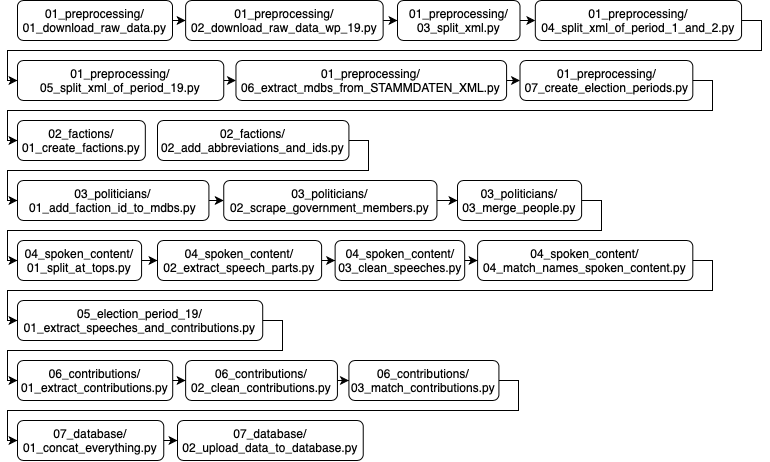
Earlier version of the draw.io export python/src/ExecutionGraph.png (open-discourse/open-discourse). Source tidied: cells renumbered, new cells last; positions are measured from the earlier drawing's top-left corner, leaving out a move shared by most shapes.
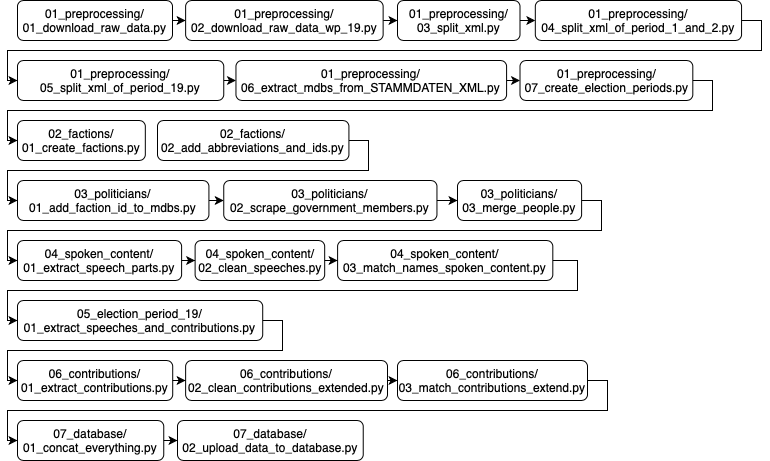
Above is the later version.

The edit, as a diff of the source:
```diff
@@ -86,7 +86,7 @@
     <mxCell id="22" value="03_politicians/&lt;br&gt;02_scrape_government_members.py" style="rounded=1;whiteSpace=wrap;html=1;" parent="1" vertex="1">
       <mxGeometry x="216.2" y="180" width="213.2" height="40" as="geometry" />
     </mxCell>
-    <mxCell id="23" style="edgeStyle=orthogonalEdgeStyle;rounded=0;jettySize=auto;html=1;exitX=1;exitY=0.5;exitDx=0;exitDy=0;entryX=0;entryY=0.5;entryDx=0;entryDy=0;" parent="1" edge="1" source="24" target="26">
+    <mxCell id="23" style="edgeStyle=orthogonalEdgeStyle;rounded=0;jettySize=auto;html=1;exitX=1;exitY=0.5;exitDx=0;exitDy=0;entryX=0;entryY=0.5;entryDx=0;entryDy=0;" parent="1" edge="1" source="24" target="28">
       <mxGeometry relative="1" as="geometry">
         <Array as="points">
           <mxPoint x="594" y="200" />
@@ -99,36 +99,30 @@
     <mxCell id="24" value="03_politicians/&lt;br&gt;03_merge_people.py" style="rounded=1;whiteSpace=wrap;html=1;" parent="1" vertex="1">
       <mxGeometry x="450" y="180" width="124.1" height="40" as="geometry" />
     </mxCell>
-    <mxCell id="25" style="edgeStyle=orthogonalEdgeStyle;rounded=0;jettySize=auto;html=1;exitX=1;exitY=0.5;exitDx=0;exitDy=0;entryX=0;entryY=0.5;entryDx=0;entryDy=0;" parent="1" edge="1" source="26" target="28">
-      <mxGeometry relative="1" as="geometry" />
-    </mxCell>
-    <mxCell id="26" value="04_spoken_content/&lt;br&gt;01_split_at_tops.py" style="rounded=1;whiteSpace=wrap;html=1;" parent="1" vertex="1">
-      <mxGeometry x="10" y="240" width="124.1" height="40" as="geometry" />
-    </mxCell>
     <mxCell id="27" style="edgeStyle=orthogonalEdgeStyle;rounded=0;jettySize=auto;html=1;exitX=1;exitY=0.5;exitDx=0;exitDy=0;" parent="1" edge="1" source="28" target="30">
       <mxGeometry relative="1" as="geometry" />
     </mxCell>
-    <mxCell id="28" value="04_spoken_content/&lt;br&gt;02_extract_speech_parts.py" style="rounded=1;whiteSpace=wrap;html=1;" parent="1" vertex="1">
-      <mxGeometry x="150" y="240" width="164.1" height="40" as="geometry" />
+    <mxCell id="28" value="04_spoken_content/&lt;br&gt;01_extract_speech_parts.py" style="rounded=1;whiteSpace=wrap;html=1;" parent="1" vertex="1">
+      <mxGeometry x="10" y="240" width="164.1" height="40" as="geometry" />
     </mxCell>
     <mxCell id="29" style="edgeStyle=orthogonalEdgeStyle;rounded=0;jettySize=auto;html=1;exitX=1;exitY=0.5;exitDx=0;exitDy=0;" parent="1" edge="1" source="30" target="32">
       <mxGeometry relative="1" as="geometry" />
     </mxCell>
-    <mxCell id="30" value="04_spoken_content/&lt;br&gt;03_clean_speeches.py" style="rounded=1;whiteSpace=wrap;html=1;" parent="1" vertex="1">
-      <mxGeometry x="327.6" y="240" width="129.6" height="40" as="geometry" />
+    <mxCell id="30" value="04_spoken_content/&lt;br&gt;02_clean_speeches.py" style="rounded=1;whiteSpace=wrap;html=1;" parent="1" vertex="1">
+      <mxGeometry x="187.6" y="240" width="129.6" height="40" as="geometry" />
     </mxCell>
     <mxCell id="31" style="edgeStyle=orthogonalEdgeStyle;rounded=0;jettySize=auto;html=1;exitX=1;exitY=0.5;exitDx=0;exitDy=0;entryX=0;entryY=0.5;entryDx=0;entryDy=0;" parent="1" edge="1" source="32" target="34">
       <mxGeometry relative="1" as="geometry">
         <Array as="points">
-          <mxPoint x="705" y="260" />
-          <mxPoint x="705" y="290" />
+          <mxPoint x="570" y="260" />
+          <mxPoint x="570" y="290" />
           <mxPoint y="290" />
           <mxPoint y="320" />
         </Array>
       </mxGeometry>
     </mxCell>
-    <mxCell id="32" value="04_spoken_content/&lt;br&gt;04_match_names_spoken_content.py" style="rounded=1;whiteSpace=wrap;html=1;" parent="1" vertex="1">
-      <mxGeometry x="470.1" y="240" width="215.2" height="40" as="geometry" />
+    <mxCell id="32" value="04_spoken_content/&lt;br&gt;03_match_names_spoken_content.py" style="rounded=1;whiteSpace=wrap;html=1;" parent="1" vertex="1">
+      <mxGeometry x="330.1" y="240" width="215.2" height="40" as="geometry" />
     </mxCell>
     <mxCell id="33" style="edgeStyle=orthogonalEdgeStyle;rounded=0;jettySize=auto;html=1;exitX=1;exitY=0.5;exitDx=0;exitDy=0;entryX=0;entryY=0.5;entryDx=0;entryDy=0;" parent="1" edge="1" source="34" target="36">
       <mxGeometry relative="1" as="geometry">
@@ -152,21 +146,21 @@
     <mxCell id="37" style="edgeStyle=orthogonalEdgeStyle;rounded=0;jettySize=auto;html=1;exitX=1;exitY=0.5;exitDx=0;exitDy=0;" parent="1" edge="1" source="38" target="40">
       <mxGeometry relative="1" as="geometry" />
     </mxCell>
-    <mxCell id="38" value="06_contributions/&lt;br&gt;02_clean_contributions.py" style="rounded=1;whiteSpace=wrap;html=1;" parent="1" vertex="1">
-      <mxGeometry x="178.1" y="360" width="151.8" height="40" as="geometry" />
+    <mxCell id="38" value="06_contributions/&lt;br&gt;02_clean_contributions_extended.py" style="rounded=1;whiteSpace=wrap;html=1;" parent="1" vertex="1">
+      <mxGeometry x="178.1" y="360" width="201.9" height="40" as="geometry" />
     </mxCell>
     <mxCell id="39" style="edgeStyle=orthogonalEdgeStyle;rounded=0;jettySize=auto;html=1;exitX=1;exitY=0.5;exitDx=0;exitDy=0;entryX=0;entryY=0.5;entryDx=0;entryDy=0;" parent="1" edge="1" source="40" target="42">
       <mxGeometry relative="1" as="geometry">
         <Array as="points">
-          <mxPoint x="511" y="380" />
-          <mxPoint x="511" y="410" />
+          <mxPoint x="600" y="380" />
+          <mxPoint x="600" y="410" />
           <mxPoint y="410" />
           <mxPoint y="440" />
         </Array>
       </mxGeometry>
     </mxCell>
-    <mxCell id="40" value="06_contributions/&lt;br&gt;03_match_contributions.py" style="rounded=1;whiteSpace=wrap;html=1;" parent="1" vertex="1">
-      <mxGeometry x="341.4" y="360" width="150" height="40" as="geometry" />
+    <mxCell id="40" value="06_contributions/&lt;br&gt;03_match_contributions_extend.py" style="rounded=1;whiteSpace=wrap;html=1;" parent="1" vertex="1">
+      <mxGeometry x="390" y="360" width="190" height="40" as="geometry" />
     </mxCell>
     <mxCell id="41" style="edgeStyle=orthogonalEdgeStyle;rounded=0;jettySize=auto;html=1;exitX=1;exitY=0.5;exitDx=0;exitDy=0;" parent="1" edge="1" source="42" target="43">
       <mxGeometry relative="1" as="geometry" />
```
